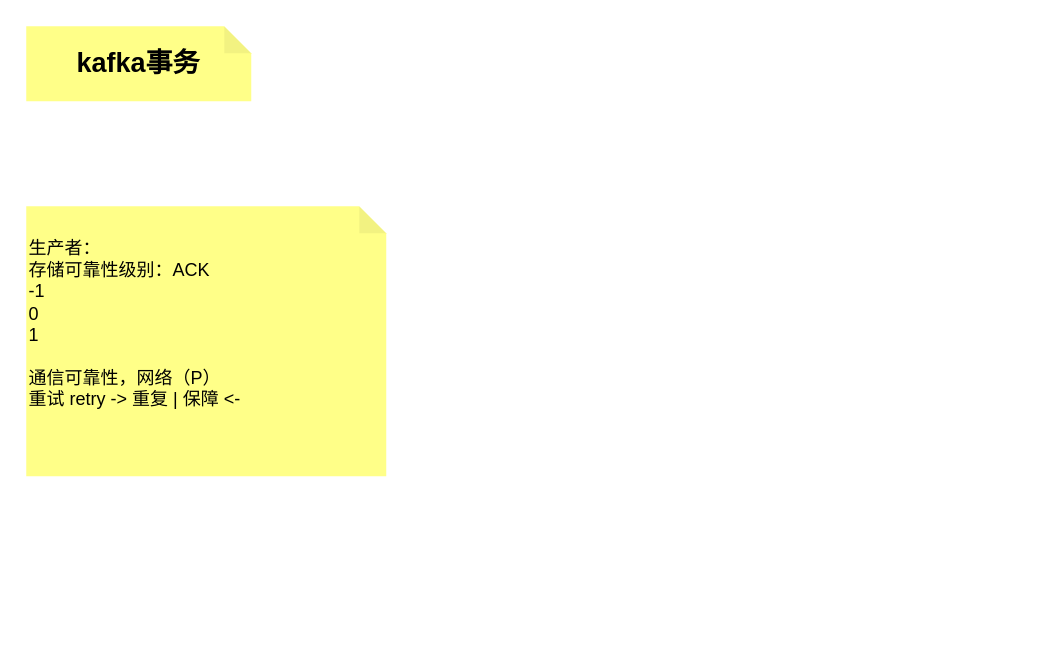
Earlier version of the draw.io diagram draw/kafka/kafka事务.drawio (BxcGit/draw). Source tidied: cells renumbered, new cells numbered last; positions are measured from the earlier drawing's top-left corner, leaving out a move shared by most shapes. Both pictures are drawn from the tidied source at 150%, with x=0, y=0 at pixel (26, 26).
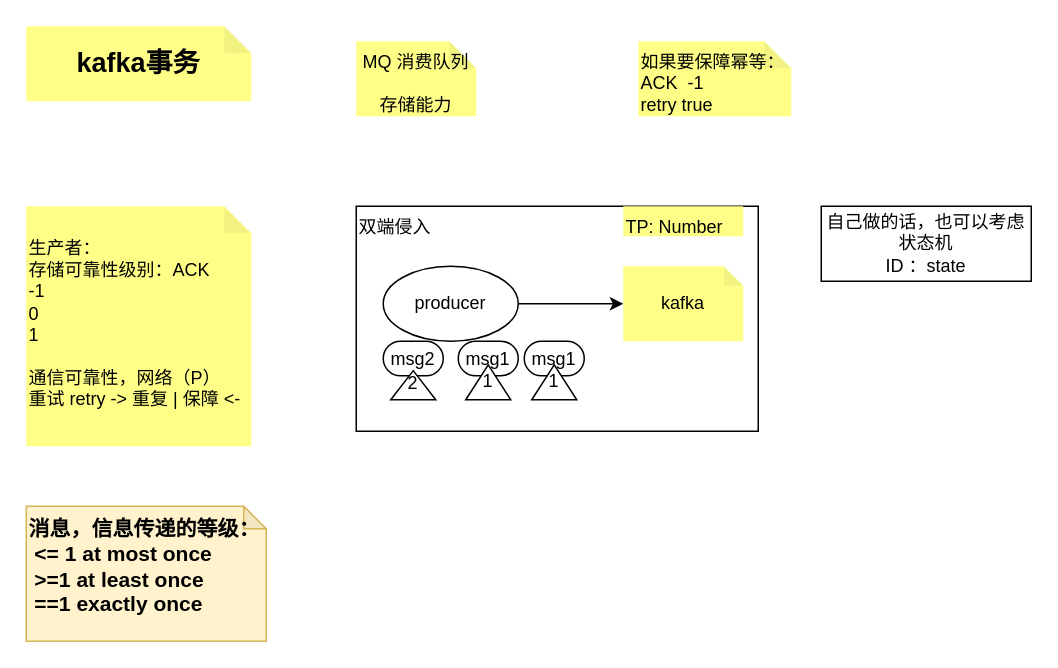
The same page after the edit.

Change to the diagram source:
```diff
@@
 <mxGraphModel>
   <root>
     <mxCell id="0" />
     <mxCell id="1" parent="0" />
+    <mxCell id="4" value="双端侵入" style="rounded=0;whiteSpace=wrap;html=1;align=left;verticalAlign=top;" parent="1" vertex="1">
+      <mxGeometry x="220" y="120" width="268" height="150" as="geometry" />
+    </mxCell>
     <mxCell id="2" value="&lt;div&gt;&lt;br&gt;&lt;/div&gt;&lt;div&gt;生产者：&lt;/div&gt;&lt;div&gt;存储可靠性级别：ACK&lt;/div&gt;&lt;div&gt;-1&lt;/div&gt;&lt;div&gt;0&lt;/div&gt;&lt;div&gt;1&lt;/div&gt;&lt;div&gt;&lt;br&gt;&lt;/div&gt;&lt;div&gt;通信可靠性，网络（P）&lt;/div&gt;&lt;div&gt;重试 retry -&amp;gt; 重复 | 保障 &amp;lt;-&lt;/div&gt;" style="shape=note;whiteSpace=wrap;html=1;backgroundOutline=1;darkOpacity=0.05;fillColor=#ffff88;strokeColor=none;horizontal=1;align=left;verticalAlign=top;size=18;" parent="1" vertex="1">
-      <mxGeometry y="120" width="240" height="180" as="geometry" />
+      <mxGeometry y="120" width="150" height="160" as="geometry" />
     </mxCell>
     <mxCell id="3" value="kafka事务" style="shape=note;whiteSpace=wrap;html=1;backgroundOutline=1;darkOpacity=0.05;fillColor=#ffff88;strokeColor=none;horizontal=1;align=center;verticalAlign=middle;size=18;fontSize=18;fontStyle=1;" parent="1" vertex="1">
       <mxGeometry width="150" height="50" as="geometry" />
     </mxCell>
+    <mxCell id="5" style="edgeStyle=orthogonalEdgeStyle;rounded=0;jettySize=auto;html=1;" parent="1" edge="1" source="6" target="7">
+      <mxGeometry relative="1" as="geometry" />
+    </mxCell>
+    <mxCell id="6" value="producer" style="ellipse;whiteSpace=wrap;html=1;" parent="1" vertex="1">
+      <mxGeometry x="238" y="160" width="90" height="50" as="geometry" />
+    </mxCell>
+    <mxCell id="7" value="kafka" style="shape=note;whiteSpace=wrap;html=1;backgroundOutline=1;darkOpacity=0.05;fillColor=#ffff88;strokeColor=none;horizontal=1;align=center;verticalAlign=middle;size=13;" parent="1" vertex="1">
+      <mxGeometry x="398" y="160" width="80" height="50" as="geometry" />
+    </mxCell>
+    <mxCell id="8" value="msg1" style="rounded=1;whiteSpace=wrap;html=1;arcSize=50;" parent="1" vertex="1">
+      <mxGeometry x="288" y="210" width="40" height="23" as="geometry" />
+    </mxCell>
+    <mxCell id="9" value="1" style="triangle;whiteSpace=wrap;html=1;rotation=-90;textDirection=vertical-lr;" parent="1" vertex="1">
+      <mxGeometry x="296.4" y="222.4" width="23.2" height="30" as="geometry" />
+    </mxCell>
+    <mxCell id="10" value="msg1" style="rounded=1;whiteSpace=wrap;html=1;arcSize=50;" parent="1" vertex="1">
+      <mxGeometry x="332" y="210" width="40" height="23" as="geometry" />
+    </mxCell>
+    <mxCell id="11" value="1" style="triangle;whiteSpace=wrap;html=1;rotation=-90;textDirection=vertical-lr;" parent="1" vertex="1">
+      <mxGeometry x="340.4" y="222.4" width="23.2" height="30" as="geometry" />
+    </mxCell>
+    <mxCell id="12" value="msg2" style="rounded=1;whiteSpace=wrap;html=1;arcSize=50;" parent="1" vertex="1">
+      <mxGeometry x="238" y="210" width="40" height="23" as="geometry" />
+    </mxCell>
+    <mxCell id="13" value="2" style="triangle;whiteSpace=wrap;html=1;rotation=-90;textDirection=vertical-lr;" parent="1" vertex="1">
+      <mxGeometry x="248.3" y="224.3" width="19.4" height="30" as="geometry" />
+    </mxCell>
+    <mxCell id="14" value="TP: Number" style="shape=note;whiteSpace=wrap;html=1;backgroundOutline=1;darkOpacity=0.05;fillColor=#ffff88;strokeColor=none;horizontal=1;align=left;verticalAlign=top;size=0;" parent="1" vertex="1">
+      <mxGeometry x="398" y="120" width="80" height="20" as="geometry" />
+    </mxCell>
+    <mxCell id="15" value="MQ 消费队列&lt;div&gt;&lt;br&gt;&lt;/div&gt;&lt;div&gt;存储能力&lt;/div&gt;" style="shape=note;whiteSpace=wrap;html=1;backgroundOutline=1;darkOpacity=0.05;fillColor=#ffff88;strokeColor=none;horizontal=1;align=center;verticalAlign=top;size=18;" parent="1" vertex="1">
+      <mxGeometry x="220" y="10" width="80" height="50" as="geometry" />
+    </mxCell>
+    <mxCell id="16" value="如果要保障幂等：&lt;div&gt;ACK&amp;nbsp; -1&amp;nbsp;&lt;/div&gt;&lt;div&gt;retry true&lt;/div&gt;" style="shape=note;whiteSpace=wrap;html=1;backgroundOutline=1;darkOpacity=0.05;fillColor=#ffff88;strokeColor=none;horizontal=1;align=left;verticalAlign=top;size=18;" parent="1" vertex="1">
+      <mxGeometry x="408" y="10" width="102" height="50" as="geometry" />
+    </mxCell>
+    <mxCell id="17" value="自己做的话，也可以考虑状态机&lt;div&gt;ID ：state&lt;/div&gt;" style="rounded=0;whiteSpace=wrap;html=1;align=center;verticalAlign=middle;" parent="1" vertex="1">
+      <mxGeometry x="530" y="120" width="140" height="50" as="geometry" />
+    </mxCell>
+    <mxCell id="18" value="消息，信息传递的等级：&lt;div style=&quot;font-size: 14px;&quot;&gt;&amp;nbsp;&amp;lt;= 1 at most once&lt;/div&gt;&lt;div style=&quot;font-size: 14px;&quot;&gt;&amp;nbsp;&amp;gt;=1 at least once&lt;/div&gt;&lt;div style=&quot;font-size: 14px;&quot;&gt;&amp;nbsp;==1 exactly once&lt;/div&gt;" style="shape=note;whiteSpace=wrap;html=1;backgroundOutline=1;darkOpacity=0.05;fillColor=#fff2cc;strokeColor=#d6b656;horizontal=1;align=left;verticalAlign=top;size=15;fontStyle=1;fontSize=14;" parent="1" vertex="1">
+      <mxGeometry y="320" width="160" height="90" as="geometry" />
+    </mxCell>
   </root>
 </mxGraphModel>
```
